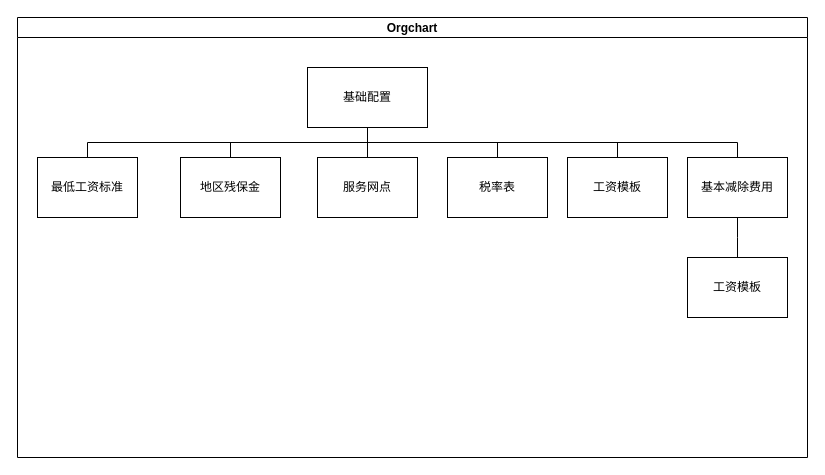
hz-jyq/draw keeps this draw.io diagram as 薪税概况图.drawio. Above is the earlier version. Source tidied: cells renumbered, new cells numbered last; positions are measured from the earlier drawing's top-left corner, leaving out a move shared by most shapes. Both pictures are drawn from the tidied source at 100%, with x=0, y=0 at pixel (17, 17).
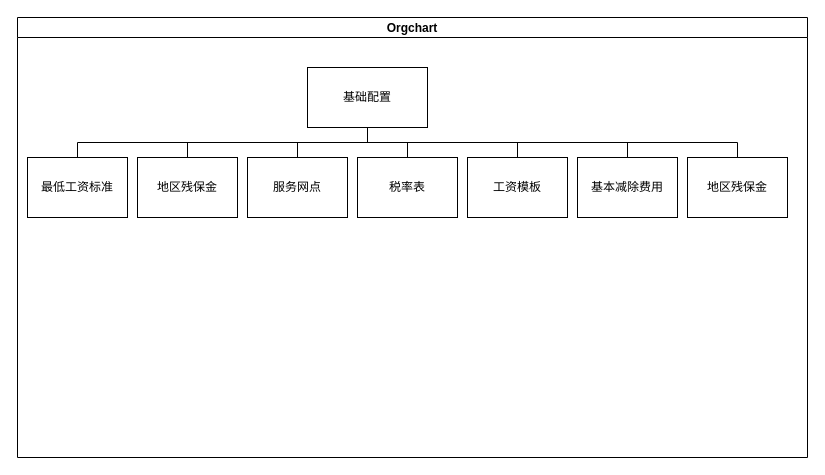
After the change.

Commit message (it also covers changes not shown here):
更新薪税概况图.drawio

Change to the diagram source:
```diff
@@
 <mxGraphModel>
   <root>
     <mxCell id="0" />
     <mxCell id="1" parent="0" />
     <mxCell id="2" value="Orgchart" style="swimlane;startSize=20;horizontal=1;containerType=tree;newEdgeStyle={&quot;edgeStyle&quot;:&quot;elbowEdgeStyle&quot;,&quot;startArrow&quot;:&quot;none&quot;,&quot;endArrow&quot;:&quot;none&quot;};" parent="1" vertex="1">
       <mxGeometry width="790" height="440" as="geometry" />
     </mxCell>
     <mxCell id="3" style="edgeStyle=elbowEdgeStyle;elbow=vertical;sourcePerimeterSpacing=0;targetPerimeterSpacing=0;startArrow=none;endArrow=none;rounded=0;curved=0;" parent="2" edge="1" source="5" target="6">
       <mxGeometry relative="1" as="geometry" />
     </mxCell>
     <mxCell id="4" style="edgeStyle=elbowEdgeStyle;elbow=vertical;sourcePerimeterSpacing=0;targetPerimeterSpacing=0;startArrow=none;endArrow=none;rounded=0;curved=0;" parent="2" edge="1" source="5" target="7">
       <mxGeometry relative="1" as="geometry" />
     </mxCell>
     <mxCell id="5" value="基础配置" style="whiteSpace=wrap;html=1;align=center;newEdgeStyle={&quot;edgeStyle&quot;:&quot;elbowEdgeStyle&quot;,&quot;startArrow&quot;:&quot;none&quot;,&quot;endArrow&quot;:&quot;none&quot;};" parent="2" vertex="1">
       <mxGeometry x="290" y="50" width="120" height="60" as="geometry" />
     </mxCell>
     <mxCell id="6" value="最低工资标准" style="whiteSpace=wrap;html=1;align=center;verticalAlign=middle;newEdgeStyle={&quot;edgeStyle&quot;:&quot;elbowEdgeStyle&quot;,&quot;startArrow&quot;:&quot;none&quot;,&quot;endArrow&quot;:&quot;none&quot;};" parent="2" vertex="1">
-      <mxGeometry x="20" y="140" width="100" height="60" as="geometry" />
+      <mxGeometry x="10" y="140" width="100" height="60" as="geometry" />
     </mxCell>
     <mxCell id="7" value="地区残保金" style="whiteSpace=wrap;html=1;align=center;verticalAlign=middle;newEdgeStyle={&quot;edgeStyle&quot;:&quot;elbowEdgeStyle&quot;,&quot;startArrow&quot;:&quot;none&quot;,&quot;endArrow&quot;:&quot;none&quot;};" parent="2" vertex="1" collapsed="1">
-      <mxGeometry x="163" y="140" width="100" height="60" as="geometry" />
+      <mxGeometry x="120" y="140" width="100" height="60" as="geometry" />
     </mxCell>
     <mxCell id="8" value="服务网点" style="whiteSpace=wrap;html=1;align=center;verticalAlign=middle;newEdgeStyle={&quot;edgeStyle&quot;:&quot;elbowEdgeStyle&quot;,&quot;startArrow&quot;:&quot;none&quot;,&quot;endArrow&quot;:&quot;none&quot;};" parent="2" vertex="1" collapsed="1">
-      <mxGeometry x="300" y="140" width="100" height="60" as="geometry" />
+      <mxGeometry x="230" y="140" width="100" height="60" as="geometry" />
     </mxCell>
     <mxCell id="9" style="edgeStyle=elbowEdgeStyle;elbow=vertical;sourcePerimeterSpacing=0;targetPerimeterSpacing=0;startArrow=none;endArrow=none;rounded=0;curved=0;" parent="2" edge="1" source="5" target="8">
       <mxGeometry relative="1" as="geometry" />
     </mxCell>
     <mxCell id="10" value="税率表" style="whiteSpace=wrap;html=1;align=center;verticalAlign=middle;newEdgeStyle={&quot;edgeStyle&quot;:&quot;elbowEdgeStyle&quot;,&quot;startArrow&quot;:&quot;none&quot;,&quot;endArrow&quot;:&quot;none&quot;};" parent="2" vertex="1" collapsed="1">
-      <mxGeometry x="430" y="140" width="100" height="60" as="geometry" />
+      <mxGeometry x="340" y="140" width="100" height="60" as="geometry" />
     </mxCell>
     <mxCell id="11" style="edgeStyle=elbowEdgeStyle;elbow=vertical;sourcePerimeterSpacing=0;targetPerimeterSpacing=0;startArrow=none;endArrow=none;rounded=0;curved=0;" parent="2" edge="1" source="5" target="10">
       <mxGeometry relative="1" as="geometry" />
     </mxCell>
     <mxCell id="12" value="工资模板" style="whiteSpace=wrap;html=1;align=center;verticalAlign=middle;newEdgeStyle={&quot;edgeStyle&quot;:&quot;elbowEdgeStyle&quot;,&quot;startArrow&quot;:&quot;none&quot;,&quot;endArrow&quot;:&quot;none&quot;};" parent="2" vertex="1" collapsed="1">
-      <mxGeometry x="550" y="140" width="100" height="60" as="geometry" />
+      <mxGeometry x="450" y="140" width="100" height="60" as="geometry" />
     </mxCell>
     <mxCell id="13" style="edgeStyle=elbowEdgeStyle;elbow=vertical;sourcePerimeterSpacing=0;targetPerimeterSpacing=0;startArrow=none;endArrow=none;rounded=0;curved=0;" parent="2" edge="1" source="5" target="12">
       <mxGeometry relative="1" as="geometry" />
     </mxCell>
     <mxCell id="14" value="基本减除费用" style="whiteSpace=wrap;html=1;align=center;verticalAlign=middle;newEdgeStyle={&quot;edgeStyle&quot;:&quot;elbowEdgeStyle&quot;,&quot;startArrow&quot;:&quot;none&quot;,&quot;endArrow&quot;:&quot;none&quot;};" parent="2" vertex="1" collapsed="1">
-      <mxGeometry x="670" y="140" width="100" height="60" as="geometry" />
+      <mxGeometry x="560" y="140" width="100" height="60" as="geometry" />
     </mxCell>
     <mxCell id="15" style="edgeStyle=elbowEdgeStyle;elbow=vertical;sourcePerimeterSpacing=0;targetPerimeterSpacing=0;startArrow=none;endArrow=none;rounded=0;curved=0;" parent="2" edge="1" source="5" target="14">
       <mxGeometry relative="1" as="geometry" />
     </mxCell>
-    <mxCell id="16" style="edgeStyle=elbowEdgeStyle;elbow=vertical;sourcePerimeterSpacing=0;targetPerimeterSpacing=0;startArrow=none;endArrow=none;rounded=0;curved=0;" parent="2" edge="1" source="14" target="17">
-      <mxGeometry relative="1" as="geometry" />
-    </mxCell>
-    <mxCell id="17" value="工资模板" style="whiteSpace=wrap;html=1;align=center;verticalAlign=middle;newEdgeStyle={&quot;edgeStyle&quot;:&quot;elbowEdgeStyle&quot;,&quot;startArrow&quot;:&quot;none&quot;,&quot;endArrow&quot;:&quot;none&quot;};" parent="2" vertex="1" collapsed="1">
-      <mxGeometry x="670" y="240" width="100" height="60" as="geometry" />
-    </mxCell>
+    <mxCell id="18" value="地区残保金" style="whiteSpace=wrap;html=1;align=center;verticalAlign=middle;newEdgeStyle={&quot;edgeStyle&quot;:&quot;elbowEdgeStyle&quot;,&quot;startArrow&quot;:&quot;none&quot;,&quot;endArrow&quot;:&quot;none&quot;};" parent="2" vertex="1" collapsed="1">
+      <mxGeometry x="670" y="140" width="100" height="60" as="geometry" />
+    </mxCell>
+    <mxCell id="19" style="edgeStyle=elbowEdgeStyle;elbow=vertical;sourcePerimeterSpacing=0;targetPerimeterSpacing=0;startArrow=none;endArrow=none;rounded=0;curved=0;" parent="2" edge="1" source="5" target="18">
+      <mxGeometry relative="1" as="geometry" />
+    </mxCell>
   </root>
 </mxGraphModel>
```
